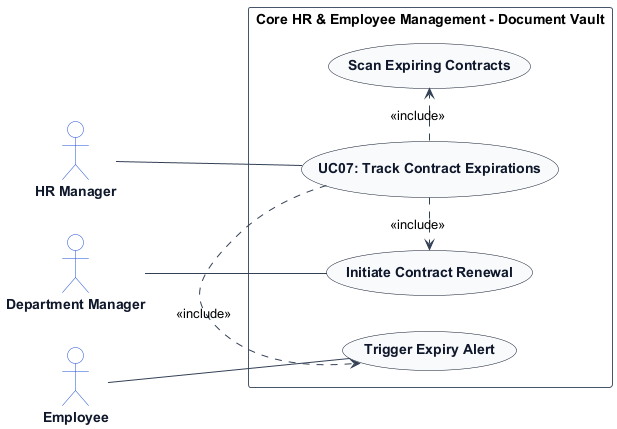
TamBui1706/HRPlatform keeps this PlantUML diagram as usecase_images/UC07.png. Above is the earlier version.
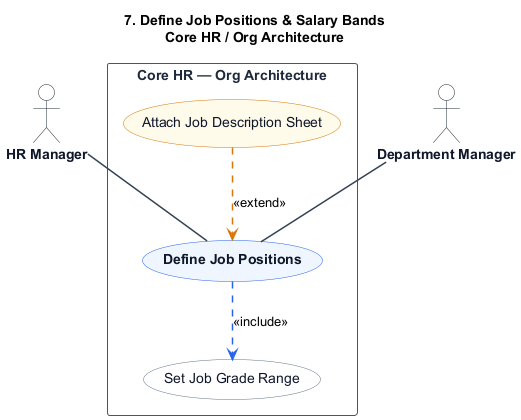
After the commit.

Diff of the diagram source:
```diff
@@ -1,38 +1,61 @@
 @startuml
-left to right direction
+title 7. Define Job Positions & Salary Bands\nCore HR / Org Architecture
+
 skinparam shadowing false
 skinparam packageStyle rectangle
 skinparam actorStyle stickman
 
-skinparam ArrowColor #334155
-skinparam ActorBorderColor #1d4ed8
+hide stereotype
+
+skinparam ActorBorderColor #1e293b
 skinparam ActorBackgroundColor #ffffff
 skinparam ActorFontColor #0f172a
 skinparam ActorFontStyle bold
 
-skinparam UsecaseBorderColor #0f172a
-skinparam UsecaseBackgroundColor #f8fafc
-skinparam UsecaseFontColor #0f172a
-skinparam UsecaseFontStyle bold
-
 skinparam RectangleBorderColor #475569
 skinparam RectangleBackgroundColor #ffffff
+skinparam RectangleFontColor #1e293b
+skinparam RectangleFontStyle bold
+
+skinparam ArrowColor #334155
+skinparam ArrowThickness 1.5
+
+skinparam usecase {
+    BackgroundColor #eff6ff
+    BorderColor #2563eb
+    FontColor #0f172a
+    FontStyle bold
+}
+
+skinparam usecase<<Inc>> {
+    BackgroundColor #ffffff
+    BorderColor #64748b
+    FontColor #0f172a
+    FontStyle normal
+}
+
+skinparam usecase<<Ext>> {
+    BackgroundColor #fffbeb
+    BorderColor #d97706
+    FontColor #0f172a
+    FontStyle normal
+}
 
 actor "HR Manager" as HRManager
 actor "Department Manager" as DepartmentManager
-actor "Employee" as Employee
 
-rectangle "Core HR & Employee Management - Document Vault" {
-    usecase "UC07: Track Contract Expirations" as UC_Main
-    usecase "Scan Expiring Contracts" as UC_Scan
-    usecase "Trigger Expiry Alert" as UC_Alert
-    usecase "Initiate Contract Renewal" as UC_Renew
+rectangle "Core HR — Org Architecture" {
+    usecase "Define Job Positions" as UC_Main
+
+    usecase "Set Job Grade Range" as UC_Inc1 <<Inc>>
+
+    usecase "Attach Job Description Sheet" as UC_Ext1 <<Ext>>
 
     HRManager -- UC_Main
-    DepartmentManager -- UC_Renew
-    Employee -- UC_Alert
-    UC_Main .> UC_Scan : <<include>>
-    UC_Main .> UC_Alert : <<include>>
-    UC_Main .> UC_Renew : <<include>>
+    DepartmentManager -- UC_Main
+
+    UC_Main .[#2563eb].> UC_Inc1 : <<include>>
+
+    UC_Ext1 .[#d97706].> UC_Main : <<extend>>
 }
 @enduml
```
